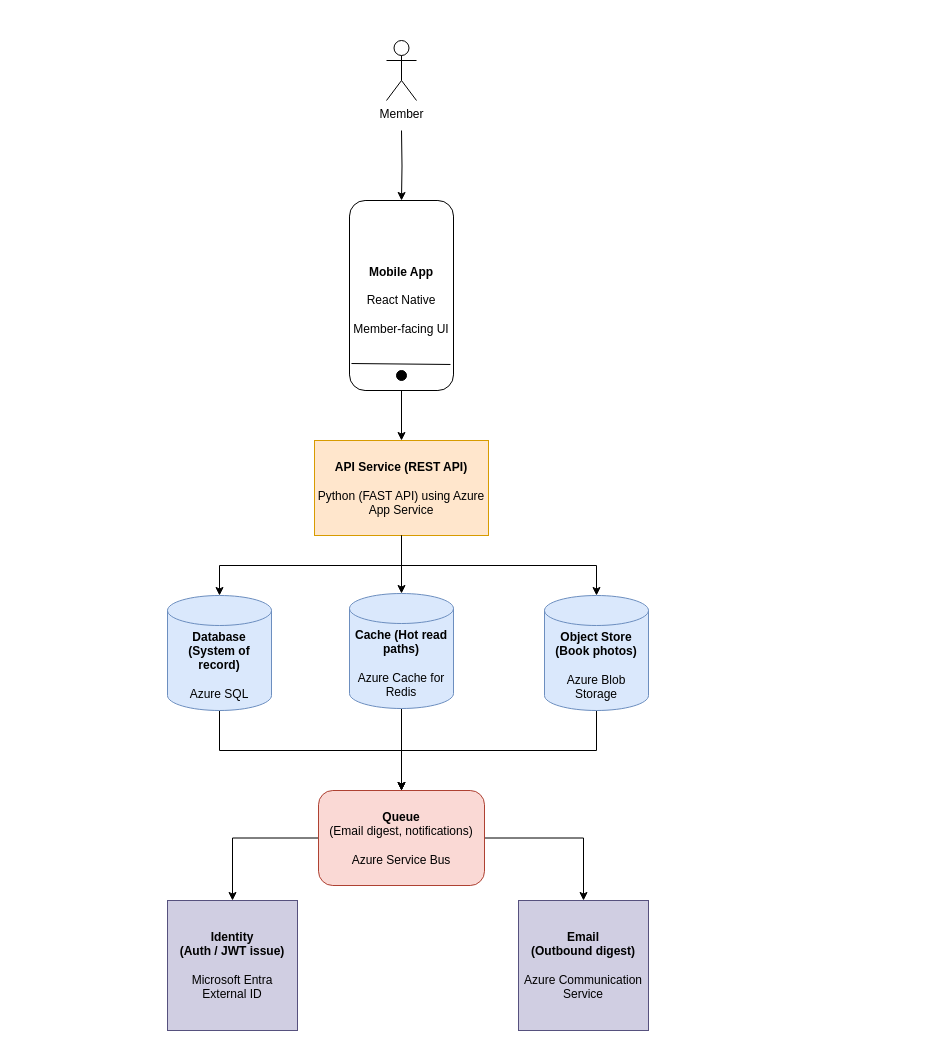
The draw.io diagram Day 2/diagrams/ryan-day2-container-diagram.drawio in ryanmariofdo/intern-onboarding, before the edit. Source tidied: cells renumbered, new cells numbered last; positions are measured from the earlier drawing's top-left corner, leaving out a move shared by most shapes. Both pictures are drawn from the tidied source at 100%, with x=0, y=0 at pixel (167, 40).
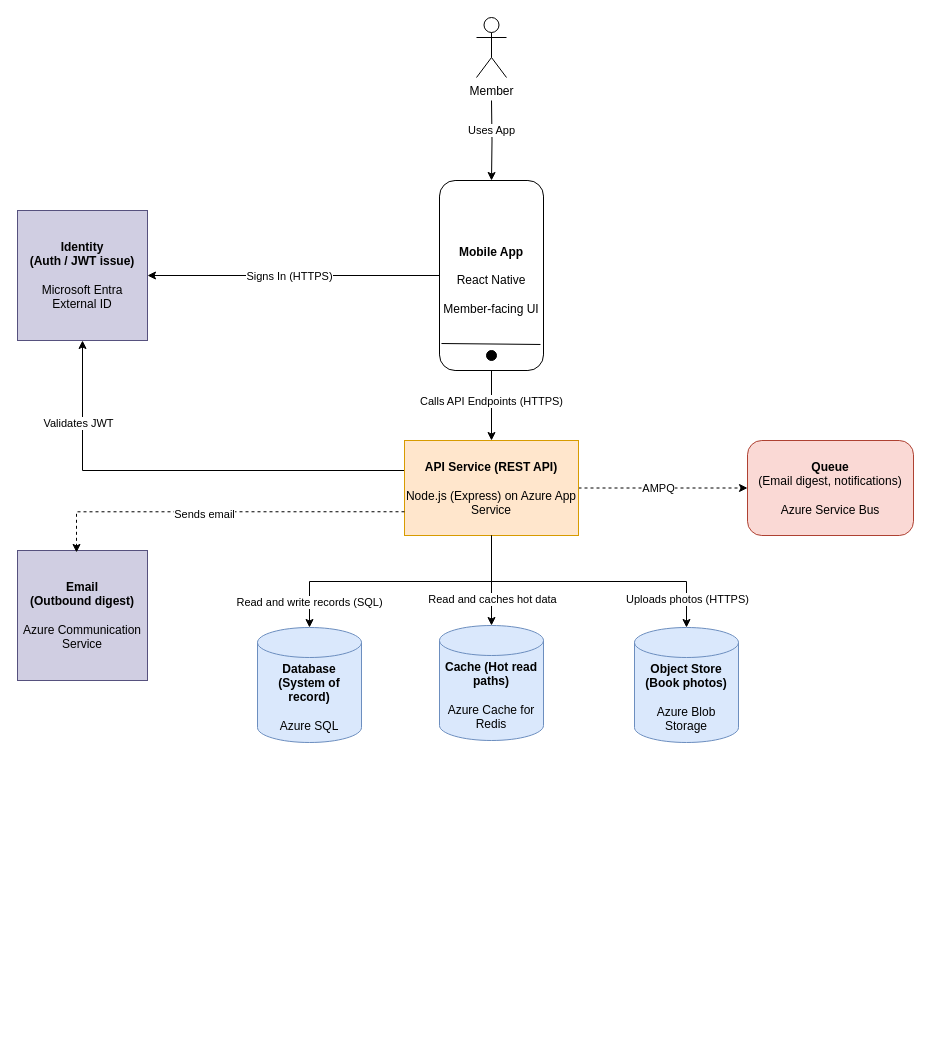
The same page after the edit.

Unchanged cells that the change refers to:
```xml
<mxCell id="4" style="edgeStyle=orthogonalEdgeStyle;rounded=0;jettySize=auto;html=1;exitX=0.5;exitY=1;exitDx=0;exitDy=0;entryX=0.5;entryY=0;entryDx=0;entryDy=0;defaultLabelBackgroundColor=gap;" parent="1" edge="1" source="21" target="6">
  <mxGeometry relative="1" as="geometry" />
</mxCell>
<mxCell id="5" style="edgeStyle=orthogonalEdgeStyle;rounded=0;jettySize=auto;html=1;exitX=0.5;exitY=1;exitDx=0;exitDy=0;defaultLabelBackgroundColor=gap;" parent="1" edge="1" source="6" target="8">
  <mxGeometry relative="1" as="geometry" />
</mxCell>
<mxCell id="18" style="edgeStyle=orthogonalEdgeStyle;rounded=0;jettySize=auto;html=1;exitX=0.5;exitY=1;exitDx=0;exitDy=0;entryX=0.5;entryY=0;entryDx=0;entryDy=0;entryPerimeter=0;defaultLabelBackgroundColor=gap;" parent="1" edge="1" source="6" target="10">
  <mxGeometry relative="1" as="geometry" />
</mxCell>
<mxCell id="19" style="edgeStyle=orthogonalEdgeStyle;rounded=0;jettySize=auto;html=1;exitX=0.5;exitY=1;exitDx=0;exitDy=0;entryX=0.5;entryY=0;entryDx=0;entryDy=0;entryPerimeter=0;defaultLabelBackgroundColor=gap;" parent="1" edge="1" source="6" target="12">
  <mxGeometry relative="1" as="geometry" />
</mxCell>
<mxCell id="21" value="&lt;div&gt;&lt;br&gt;&lt;/div&gt;&lt;div&gt;&lt;br&gt;&lt;/div&gt;&lt;div&gt;&lt;br&gt;&lt;/div&gt;&lt;div&gt;&lt;br&gt;&lt;/div&gt;&lt;div&gt;&lt;b&gt;Mobile App&lt;/b&gt;&lt;/div&gt;&lt;div&gt;&lt;br&gt;&lt;/div&gt;&lt;div&gt;React Native&lt;/div&gt;&lt;div&gt;&lt;br&gt;&lt;/div&gt;&lt;div&gt;Member-facing UI&lt;/div&gt;" style="rounded=1;whiteSpace=wrap;html=1;verticalAlign=top;" parent="20" vertex="1">
  <mxGeometry width="104" height="190" as="geometry" />
</mxCell>
```

What changed in the source:
```diff
@@
     <mxCell id="2" style="edgeStyle=orthogonalEdgeStyle;rounded=0;jettySize=auto;html=1;" parent="1" edge="1" target="21">
       <mxGeometry relative="1" as="geometry">
-        <mxPoint x="234" y="90" as="sourcePoint" />
+        <mxPoint x="324" y="60" as="sourcePoint" />
       </mxGeometry>
     </mxCell>
+    <mxCell id="24" value="Uses App" style="edgeLabel;html=1;align=center;verticalAlign=middle;defaultLabelBackgroundColor=gap;" parent="2" vertex="1">
+      <mxGeometry x="-0.28" y="-1" relative="1" as="geometry" />
+    </mxCell>
     <mxCell id="3" value="Member" style="shape=umlActor;verticalLabelPosition=bottom;verticalAlign=top;html=1;" parent="1" vertex="1">
-      <mxGeometry x="219" width="30" height="60" as="geometry" />
+      <mxGeometry x="309" y="-23" width="30" height="60" as="geometry" />
     </mxCell>
@@
+    <mxCell id="25" value="Calls API Endpoints (HTTPS)" style="edgeLabel;html=1;align=center;verticalAlign=middle;defaultLabelBackgroundColor=gap;" parent="4" vertex="1">
+      <mxGeometry x="-0.13" y="-1" relative="1" as="geometry" />
+    </mxCell>
@@
+    <mxCell id="26" value="Read and write records (SQL)" style="edgeLabel;html=1;align=center;verticalAlign=middle;defaultLabelBackgroundColor=gap;" parent="5" vertex="1">
+      <mxGeometry x="0.81" y="-1" relative="1" as="geometry" />
+    </mxCell>
+    <mxCell id="27" style="edgeStyle=orthogonalEdgeStyle;rounded=0;jettySize=auto;html=1;exitX=1;exitY=0.5;exitDx=0;exitDy=0;defaultLabelBackgroundColor=gap;dashed=1;" parent="1" edge="1" source="6" target="15">
+      <mxGeometry relative="1" as="geometry" />
+    </mxCell>
+    <mxCell id="28" value="AMPQ" style="edgeLabel;html=1;align=center;verticalAlign=middle;defaultLabelBackgroundColor=gap;" parent="27" vertex="1">
+      <mxGeometry x="0.24" relative="1" as="geometry">
+        <mxPoint x="-26" as="offset" />
+      </mxGeometry>
+    </mxCell>
+    <mxCell id="29" style="edgeStyle=orthogonalEdgeStyle;rounded=0;jettySize=auto;html=1;exitX=0;exitY=0.5;exitDx=0;exitDy=0;defaultLabelBackgroundColor=gap;" parent="1" edge="1" source="6" target="17">
+      <mxGeometry relative="1" as="geometry">
+        <Array as="points">
+          <mxPoint x="237" y="430" />
+          <mxPoint x="-85" y="430" />
+        </Array>
+      </mxGeometry>
+    </mxCell>
+    <mxCell id="30" value="Validates JWT" style="edgeLabel;html=1;align=center;verticalAlign=middle;defaultLabelBackgroundColor=gap;" parent="29" vertex="1">
+      <mxGeometry x="0.54" relative="1" as="geometry">
+        <mxPoint x="-5" y="-25" as="offset" />
+      </mxGeometry>
+    </mxCell>
-    <mxCell id="6" value="&lt;b&gt;API Service (REST API)&lt;/b&gt;&lt;div&gt;&lt;br&gt;&lt;/div&gt;&lt;div&gt;Python (FAST API) using Azure App Service&lt;/div&gt;" style="rounded=0;whiteSpace=wrap;html=1;fillColor=#ffe6cc;strokeColor=#d79b00;" parent="1" vertex="1">
-      <mxGeometry x="147" y="400" width="174" height="95" as="geometry" />
+    <mxCell id="6" value="&lt;b&gt;API Service (REST API)&lt;/b&gt;&lt;div&gt;&lt;br&gt;&lt;/div&gt;&lt;div&gt;Node.js (Express) on Azure App Service&lt;/div&gt;" style="rounded=0;whiteSpace=wrap;html=1;fillColor=#ffe6cc;strokeColor=#d79b00;" parent="1" vertex="1">
+      <mxGeometry x="237" y="400" width="174" height="95" as="geometry" />
     </mxCell>
-    <mxCell id="7" style="edgeStyle=orthogonalEdgeStyle;rounded=0;jettySize=auto;html=1;exitX=0.5;exitY=1;exitDx=0;exitDy=0;exitPerimeter=0;entryX=0.5;entryY=0;entryDx=0;entryDy=0;defaultLabelBackgroundColor=gap;" parent="1" edge="1" source="8" target="15">
-      <mxGeometry relative="1" as="geometry" />
-    </mxCell>
     <mxCell id="8" value="&lt;div&gt;&lt;b&gt;Database (&lt;/b&gt;&lt;span style=&quot;background-color: transparent;&quot;&gt;&lt;b&gt;System of record)&lt;/b&gt;&lt;/span&gt;&lt;/div&gt;&lt;div&gt;&lt;br&gt;&lt;/div&gt;Azure SQL" style="shape=cylinder3;whiteSpace=wrap;html=1;boundedLbl=1;backgroundOutline=1;size=15;fillColor=#dae8fc;strokeColor=#6c8ebf;" parent="1" vertex="1">
-      <mxGeometry y="555" width="104" height="115" as="geometry" />
+      <mxGeometry x="90" y="587" width="104" height="115" as="geometry" />
     </mxCell>
-    <mxCell id="9" style="edgeStyle=orthogonalEdgeStyle;rounded=0;jettySize=auto;html=1;exitX=0.5;exitY=1;exitDx=0;exitDy=0;exitPerimeter=0;defaultLabelBackgroundColor=gap;" parent="1" edge="1" source="10" target="15">
-      <mxGeometry relative="1" as="geometry" />
-    </mxCell>
     <mxCell id="10" value="&lt;div&gt;&lt;b&gt;Cache (&lt;/b&gt;&lt;span style=&quot;background-color: transparent;&quot;&gt;&lt;b&gt;Hot read paths)&lt;/b&gt;&lt;/span&gt;&lt;/div&gt;&lt;div&gt;&lt;br&gt;&lt;/div&gt;Azure Cache for Redis" style="shape=cylinder3;whiteSpace=wrap;html=1;boundedLbl=1;backgroundOutline=1;size=15;fillColor=#dae8fc;strokeColor=#6c8ebf;" parent="1" vertex="1">
-      <mxGeometry x="182" y="553" width="104" height="115" as="geometry" />
+      <mxGeometry x="272" y="585" width="104" height="115" as="geometry" />
     </mxCell>
-    <mxCell id="11" style="edgeStyle=orthogonalEdgeStyle;rounded=0;jettySize=auto;html=1;exitX=0.5;exitY=1;exitDx=0;exitDy=0;exitPerimeter=0;entryX=0.5;entryY=0;entryDx=0;entryDy=0;defaultLabelBackgroundColor=gap;" parent="1" edge="1" source="12" target="15">
-      <mxGeometry relative="1" as="geometry" />
-    </mxCell>
     <mxCell id="12" value="&lt;div&gt;&lt;b&gt;Object Store (Book photos)&lt;br&gt;&lt;/b&gt;&lt;br&gt;&lt;/div&gt;Azure Blob Storage" style="shape=cylinder3;whiteSpace=wrap;html=1;boundedLbl=1;backgroundOutline=1;size=15;fillColor=#dae8fc;strokeColor=#6c8ebf;" parent="1" vertex="1">
-      <mxGeometry x="377" y="555" width="104" height="115" as="geometry" />
+      <mxGeometry x="467" y="587" width="104" height="115" as="geometry" />
     </mxCell>
-    <mxCell id="13" style="edgeStyle=orthogonalEdgeStyle;rounded=0;jettySize=auto;html=1;exitX=0;exitY=0.5;exitDx=0;exitDy=0;defaultLabelBackgroundColor=gap;" parent="1" edge="1" source="15" target="17">
-      <mxGeometry relative="1" as="geometry" />
-    </mxCell>
-    <mxCell id="14" style="edgeStyle=orthogonalEdgeStyle;rounded=0;jettySize=auto;html=1;exitX=1;exitY=0.5;exitDx=0;exitDy=0;defaultLabelBackgroundColor=gap;" parent="1" edge="1" source="15" target="16">
-      <mxGeometry relative="1" as="geometry" />
-    </mxCell>
     <mxCell id="15" value="&lt;div&gt;&lt;br&gt;&lt;/div&gt;&lt;div&gt;&lt;b&gt;Queue &lt;br&gt;&lt;/b&gt;(Email digest, notifications)&lt;b&gt;&lt;br&gt;&lt;br&gt;&lt;/b&gt;&lt;/div&gt;Azure Service Bus&lt;div&gt;&lt;br&gt;&lt;/div&gt;" style="rounded=1;whiteSpace=wrap;html=1;roundedPerimeter=1;fillColor=#fad9d5;strokeColor=#ae4132;" parent="1" vertex="1">
-      <mxGeometry x="151" y="750" width="166" height="95" as="geometry" />
+      <mxGeometry x="580" y="400" width="166" height="95" as="geometry" />
     </mxCell>
     <mxCell id="16" value="&lt;b&gt;Email &lt;br&gt;(Outbound digest)&lt;/b&gt;&lt;div&gt;&lt;br&gt;&lt;/div&gt;&lt;div&gt;Azure Communication Service&lt;/div&gt;" style="whiteSpace=wrap;html=1;fillColor=#d0cee2;strokeColor=#56517e;" parent="1" vertex="1">
-      <mxGeometry x="351" y="860" width="130" height="130" as="geometry" />
+      <mxGeometry x="-150" y="510" width="130" height="130" as="geometry" />
     </mxCell>
     <mxCell id="17" value="&lt;b&gt;Identity&lt;/b&gt;&lt;br&gt;&lt;b&gt;(Auth / JWT issue)&lt;br&gt;&lt;br&gt;&lt;/b&gt;&lt;div&gt;Microsoft Entra External ID&lt;/div&gt;" style="whiteSpace=wrap;html=1;fillColor=#d0cee2;strokeColor=#56517e;" parent="1" vertex="1">
-      <mxGeometry y="860" width="130" height="130" as="geometry" />
+      <mxGeometry x="-150" y="170" width="130" height="130" as="geometry" />
     </mxCell>
@@
+    <mxCell id="31" value="Read and caches hot data" style="edgeLabel;html=1;align=center;verticalAlign=middle;defaultLabelBackgroundColor=gap;" parent="18" vertex="1">
+      <mxGeometry x="0.4" relative="1" as="geometry" />
+    </mxCell>
@@
+    <mxCell id="32" value="Uploads photos (HTTPS)" style="edgeLabel;html=1;align=center;verticalAlign=middle;defaultLabelBackgroundColor=gap;" parent="19" vertex="1">
+      <mxGeometry x="0.8" relative="1" as="geometry" />
+    </mxCell>
     <mxCell id="20" style="group;" parent="1" vertex="1">
-      <mxGeometry x="182" y="160" width="104" height="190" as="geometry" />
+      <mxGeometry x="272" y="140" width="104" height="190" as="geometry" />
     </mxCell>
@@
+    <mxCell id="33" style="edgeStyle=orthogonalEdgeStyle;rounded=0;jettySize=auto;html=1;exitX=0;exitY=0.5;exitDx=0;exitDy=0;defaultLabelBackgroundColor=gap;" parent="1" edge="1" source="21" target="17">
+      <mxGeometry relative="1" as="geometry" />
+    </mxCell>
+    <mxCell id="34" value="Signs In (HTTPS)" style="edgeLabel;html=1;align=center;verticalAlign=middle;defaultLabelBackgroundColor=gap;" parent="33" vertex="1">
+      <mxGeometry x="0.27" y="-2" relative="1" as="geometry">
+        <mxPoint x="34" y="2" as="offset" />
+      </mxGeometry>
+    </mxCell>
+    <mxCell id="35" style="edgeStyle=orthogonalEdgeStyle;rounded=0;jettySize=auto;html=1;exitX=0;exitY=0.75;exitDx=0;exitDy=0;entryX=0.454;entryY=0.015;entryDx=0;entryDy=0;entryPerimeter=0;defaultLabelBackgroundColor=gap;dashed=1;" parent="1" edge="1" source="6" target="16">
+      <mxGeometry relative="1" as="geometry" />
+    </mxCell>
+    <mxCell id="36" value="Sends email" style="edgeLabel;html=1;align=center;verticalAlign=middle;defaultLabelBackgroundColor=gap;" parent="35" vertex="1">
+      <mxGeometry x="0.09" y="2" relative="1" as="geometry" />
+    </mxCell>
```
